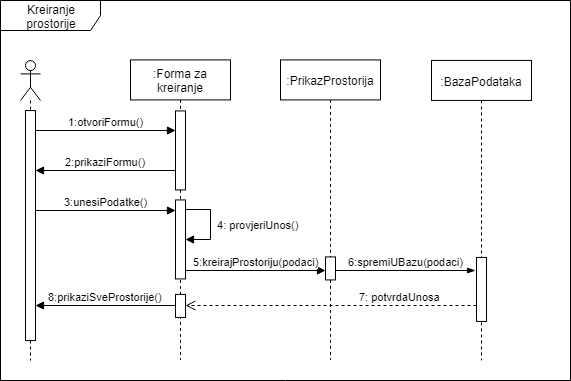
This is Dokumentacija/Slike za dokumentaciju/Tehnička dokumentacija/kreiranjeProstorija-SEQUENCE.png from DominikSulic/Simply-Store, a draw.io export, as it was before one commit. Source tidied: cells renumbered, new cells last; positions are measured from the earlier drawing's top-left corner, leaving out a move shared by most shapes.
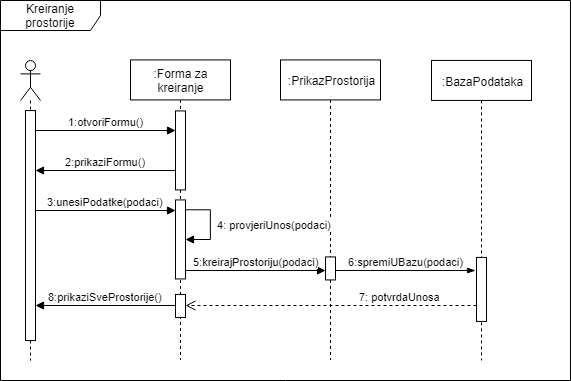
The same file after the commit.

What changed in the source:
```diff
@@ -34,7 +34,7 @@
         <mxPoint x="35" y="170" as="targetPoint" />
       </mxGeometry>
     </mxCell>
-    <mxCell id="11" value="3:unesiPodatke()" style="html=1;verticalAlign=bottom;endArrow=block;endFill=1;" parent="1" edge="1">
+    <mxCell id="11" value="3:unesiPodatke(podaci)" style="html=1;verticalAlign=bottom;endArrow=block;endFill=1;" parent="1" edge="1">
       <mxGeometry relative="1" as="geometry">
         <mxPoint x="35" y="210" as="sourcePoint" />
         <mxPoint x="175" y="210" as="targetPoint" />
@@ -52,7 +52,7 @@
         <mxPoint x="475" y="270" as="targetPoint" />
       </mxGeometry>
     </mxCell>
-    <mxCell id="15" value="&amp;nbsp;4: provjeriUnos()" style="edgeStyle=orthogonalEdgeStyle;html=1;align=left;spacingLeft=2;endArrow=block;rounded=0;endFill=1;" parent="1" edge="1" target="7">
+    <mxCell id="15" value="&amp;nbsp;4: provjeriUnos(podaci)" style="edgeStyle=orthogonalEdgeStyle;html=1;align=left;spacingLeft=2;endArrow=block;rounded=0;endFill=1;" parent="1" edge="1" target="7">
       <mxGeometry relative="1" as="geometry">
         <mxPoint x="185.3" y="209.2" as="sourcePoint" />
         <Array as="points">
```
